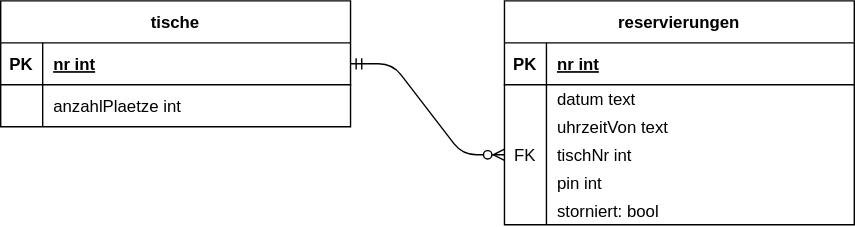
Above: diagramme/Entity-Relationship.drawio.svg in gsoTH/tischreservierung (draw.io), before the change. Source tidied: cells renumbered, new cells last; positions are measured from the earlier drawing's top-left corner, leaving out a move shared by most shapes.
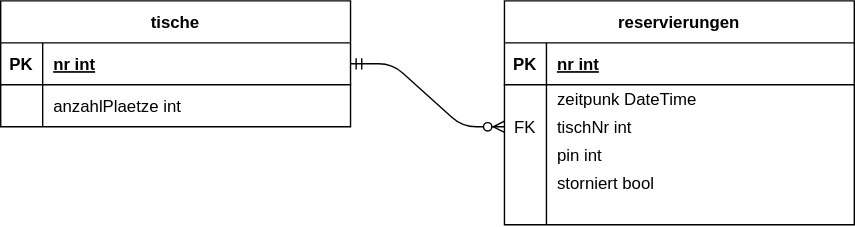
Above is the later version.

Commit message:
Datum und UhrzeitVon zusammengefasst

Diff of the diagram source:
```diff
@@ -23,20 +23,11 @@
     <mxCell id="8" style="shape=partialRectangle;overflow=hidden;fillColor=none;top=0;left=0;bottom=0;right=0;" parent="7" vertex="1">
       <mxGeometry width="30" height="20" as="geometry" />
     </mxCell>
-    <mxCell id="9" value="datum text " style="shape=partialRectangle;overflow=hidden;fillColor=none;top=0;left=0;bottom=0;right=0;align=left;spacingLeft=6;" parent="7" vertex="1">
+    <mxCell id="9" value="zeitpunk DateTime " style="shape=partialRectangle;overflow=hidden;fillColor=none;top=0;left=0;bottom=0;right=0;align=left;spacingLeft=6;" parent="7" vertex="1">
       <mxGeometry x="30" width="220" height="20" as="geometry" />
     </mxCell>
-    <mxCell id="10" style="shape=partialRectangle;fillColor=none;top=0;left=0;right=0;bottom=0;" parent="3" vertex="1">
-      <mxGeometry y="80" width="250" height="20" as="geometry" />
-    </mxCell>
-    <mxCell id="11" style="shape=partialRectangle;overflow=hidden;fillColor=none;top=0;left=0;bottom=0;right=0;" parent="10" vertex="1">
-      <mxGeometry width="30" height="20" as="geometry" />
-    </mxCell>
-    <mxCell id="12" value="uhrzeitVon text" style="shape=partialRectangle;overflow=hidden;fillColor=none;top=0;left=0;bottom=0;right=0;align=left;spacingLeft=6;" parent="10" vertex="1">
-      <mxGeometry x="30" width="220" height="20" as="geometry" />
-    </mxCell>
     <mxCell id="13" style="shape=partialRectangle;fillColor=none;points=[[0,0.5],[1,0.5]];portConstraint=eastwest;top=0;left=0;right=0;bottom=0;" parent="3" vertex="1">
-      <mxGeometry y="100" width="250" height="20" as="geometry" />
+      <mxGeometry y="80" width="250" height="20" as="geometry" />
     </mxCell>
     <mxCell id="14" value="FK" style="shape=partialRectangle;overflow=hidden;fillColor=none;top=0;left=0;bottom=0;right=0;" parent="13" vertex="1">
       <mxGeometry width="30" height="20" as="geometry" />
@@ -45,7 +36,7 @@
       <mxGeometry x="30" width="220" height="20" as="geometry" />
     </mxCell>
     <mxCell id="16" style="shape=partialRectangle;fillColor=none;top=0;left=0;right=0;bottom=0;" parent="3" vertex="1">
-      <mxGeometry y="120" width="250" height="20" as="geometry" />
+      <mxGeometry y="100" width="250" height="20" as="geometry" />
     </mxCell>
     <mxCell id="17" style="shape=partialRectangle;overflow=hidden;fillColor=none;top=0;left=0;bottom=0;right=0;" parent="16" vertex="1">
       <mxGeometry width="30" height="20" as="geometry" />
@@ -54,14 +45,23 @@
       <mxGeometry x="30" width="220" height="20" as="geometry" />
     </mxCell>
     <mxCell id="19" style="shape=partialRectangle;fillColor=none;top=0;left=0;right=0;bottom=0;" parent="3" vertex="1">
-      <mxGeometry y="140" width="250" height="20" as="geometry" />
+      <mxGeometry y="120" width="250" height="20" as="geometry" />
     </mxCell>
     <mxCell id="20" style="shape=partialRectangle;overflow=hidden;fillColor=none;top=0;left=0;bottom=0;right=0;" parent="19" vertex="1">
       <mxGeometry width="30" height="20" as="geometry" />
     </mxCell>
-    <mxCell id="21" value="storniert: bool" style="shape=partialRectangle;overflow=hidden;fillColor=none;top=0;left=0;bottom=0;right=0;align=left;spacingLeft=6;" parent="19" vertex="1">
+    <mxCell id="21" value="storniert bool" style="shape=partialRectangle;overflow=hidden;fillColor=none;top=0;left=0;bottom=0;right=0;align=left;spacingLeft=6;" parent="19" vertex="1">
       <mxGeometry x="30" width="220" height="20" as="geometry" />
     </mxCell>
+    <mxCell id="10" style="shape=partialRectangle;fillColor=none;top=0;left=0;right=0;bottom=0;" parent="3" vertex="1">
+      <mxGeometry y="140" width="250" height="20" as="geometry" />
+    </mxCell>
+    <mxCell id="11" style="shape=partialRectangle;overflow=hidden;fillColor=none;top=0;left=0;bottom=0;right=0;" parent="10" vertex="1">
+      <mxGeometry width="30" height="20" as="geometry" />
+    </mxCell>
+    <mxCell id="12" style="shape=partialRectangle;overflow=hidden;fillColor=none;top=0;left=0;bottom=0;right=0;align=left;spacingLeft=6;" parent="10" vertex="1">
+      <mxGeometry x="30" width="220" height="20" as="geometry" />
+    </mxCell>
     <mxCell id="22" value="tische" style="shape=table;startSize=30;rowLines=0;fontStyle=1;align=center;" parent="1" vertex="1">
       <mxGeometry width="250" height="90" as="geometry" />
     </mxCell>
```
